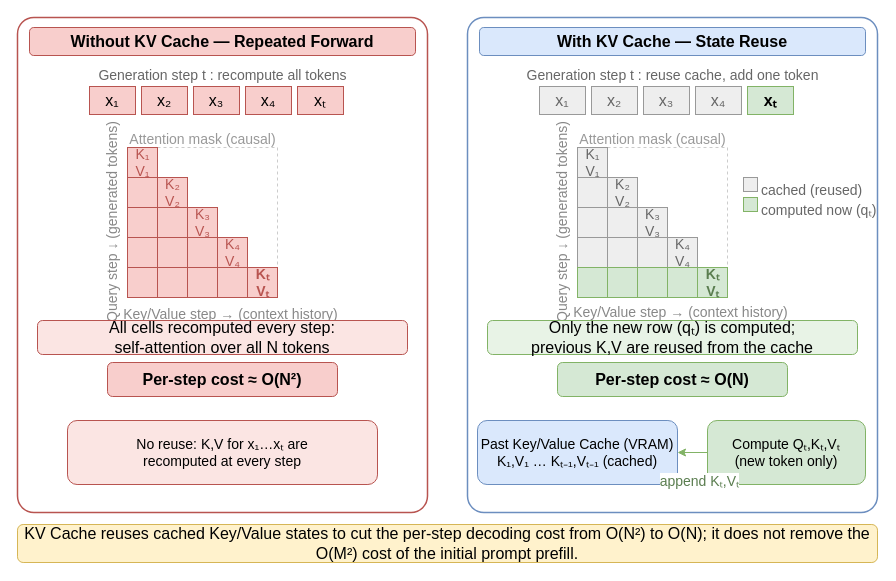
Above: paper/tougao_new/3次调整/attach/drawprompt/pic2.drawio in hua0424/streamllm (draw.io), before the change. Source tidied: cells renumbered, new cells numbered last; positions are measured from the earlier drawing's top-left corner, leaving out a move shared by most shapes. Both pictures are drawn from the tidied source at 100%, with x=0, y=0 at pixel (17, 17).
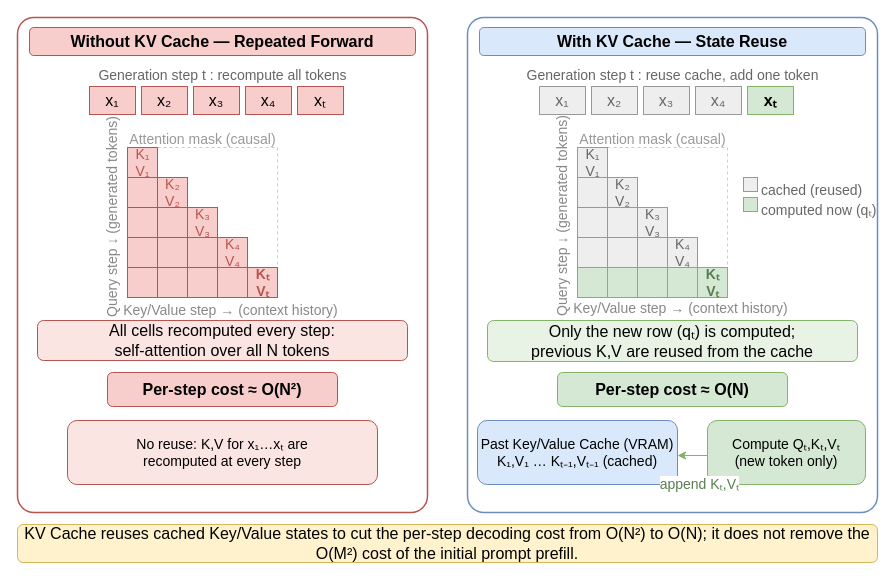
After the change.

Unchanged cells that the change refers to:
```xml
<mxCell id="65" value="&lt;font face=&quot;Helvetica&quot; style=&quot;font-size: 14px;&quot;&gt;Past Key/Value Cache (VRAM)&lt;br&gt;K₁,V₁ … Kₜ₋₁,Vₜ₋₁  (cached)&lt;/font&gt;" style="rounded=1;whiteSpace=wrap;html=1;fillColor=#dae8fc;strokeColor=#6c8ebf;fontSize=11;" parent="1" vertex="1">
  <mxGeometry x="460" y="403" width="200" height="64" as="geometry" />
</mxCell>
<mxCell id="66" value="&lt;font face=&quot;Helvetica&quot; style=&quot;font-size: 14px;&quot;&gt;Compute Qₜ,Kₜ,Vₜ&lt;br&gt;(new token only)&lt;/font&gt;" style="rounded=1;whiteSpace=wrap;html=1;fillColor=#d5e8d4;strokeColor=#82b366;fontSize=11;" parent="1" vertex="1">
  <mxGeometry x="690" y="403" width="158" height="64" as="geometry" />
</mxCell>
```

What changed in the source:
```diff
@@
     <mxCell id="20" value="&lt;font face=&quot;Helvetica&quot; style=&quot;font-size: 14px;&quot;&gt;Query step ↓ (generated tokens)&lt;/font&gt;" style="text;html=1;align=center;fontSize=11;fontColor=#888888;horizontal=0;" parent="1" vertex="1">
-      <mxGeometry x="80" y="135" width="22" height="140" as="geometry" />
+      <mxGeometry x="80" y="130" width="22" height="140" as="geometry" />
     </mxCell>
     <mxCell id="21" value="&lt;font face=&quot;Helvetica&quot; style=&quot;font-size: 14px;&quot;&gt;Key/Value step → (context history)&lt;/font&gt;" style="text;html=1;align=center;fontSize=11;fontColor=#888888;" parent="1" vertex="1">
-      <mxGeometry x="118" y="282" width="190" height="14" as="geometry" />
+      <mxGeometry x="118" y="278" width="190" height="14" as="geometry" />
     </mxCell>
     <mxCell id="22" value="&lt;font face=&quot;Helvetica&quot; style=&quot;font-size: 14px;&quot;&gt;Query step ↓ (generated tokens)&lt;/font&gt;" style="text;html=1;align=center;fontSize=11;fontColor=#888888;horizontal=0;" parent="1" vertex="1">
-      <mxGeometry x="530" y="135" width="22" height="140" as="geometry" />
+      <mxGeometry x="530" y="129" width="22" height="140" as="geometry" />
     </mxCell>
     <mxCell id="23" value="&lt;font face=&quot;Helvetica&quot; style=&quot;font-size: 14px;&quot;&gt;Key/Value step → (context history)&lt;/font&gt;" style="text;html=1;align=center;fontSize=11;fontColor=#888888;" parent="1" vertex="1">
-      <mxGeometry x="568" y="280" width="190" height="14" as="geometry" />
+      <mxGeometry x="568" y="276" width="190" height="14" as="geometry" />
     </mxCell>
@@
     <mxCell id="60" value="&lt;font face=&quot;Helvetica&quot; style=&quot;font-size: 16px;&quot;&gt;All cells recomputed every step:&lt;br&gt;self-attention over all N tokens&lt;/font&gt;" style="rounded=1;whiteSpace=wrap;html=1;fillColor=#fbe5e3;strokeColor=#b85450;fontSize=11;" parent="1" vertex="1">
-      <mxGeometry x="20" y="303" width="370" height="34" as="geometry" />
+      <mxGeometry x="20" y="303" width="370" height="40" as="geometry" />
     </mxCell>
     <mxCell id="61" value="&lt;font face=&quot;Helvetica&quot; style=&quot;font-size: 16px;&quot;&gt;Only the new row (qₜ) is computed;&lt;br&gt;previous K,V are reused from the cache&lt;/font&gt;" style="rounded=1;whiteSpace=wrap;html=1;fillColor=#e8f3e6;strokeColor=#82b366;fontSize=11;" parent="1" vertex="1">
-      <mxGeometry x="470" y="303" width="370" height="34" as="geometry" />
+      <mxGeometry x="470" y="303" width="370" height="41" as="geometry" />
     </mxCell>
     <mxCell id="62" value="&lt;font face=&quot;Helvetica&quot; style=&quot;font-size: 16px;&quot;&gt;Per-step cost ≈ O(N²)&lt;/font&gt;" style="rounded=1;whiteSpace=wrap;html=1;fillColor=#f8cecc;strokeColor=#b85450;fontStyle=1;fontSize=14;" parent="1" vertex="1">
-      <mxGeometry x="90" y="345" width="230" height="34" as="geometry" />
+      <mxGeometry x="90" y="355" width="230" height="34" as="geometry" />
     </mxCell>
     <mxCell id="63" value="&lt;font face=&quot;Helvetica&quot; style=&quot;font-size: 16px;&quot;&gt;Per-step cost ≈ O(N)&lt;/font&gt;" style="rounded=1;whiteSpace=wrap;html=1;fillColor=#d5e8d4;strokeColor=#82b366;fontStyle=1;fontSize=14;" parent="1" vertex="1">
-      <mxGeometry x="540" y="345" width="230" height="34" as="geometry" />
+      <mxGeometry x="540" y="355" width="230" height="34" as="geometry" />
     </mxCell>
@@
-    <mxCell id="67" value="&lt;font face=&quot;Helvetica&quot; style=&quot;font-size: 14px;&quot;&gt;append Kₜ,Vₜ&lt;/font&gt;" style="endArrow=classic;html=1;rounded=0;strokeColor=#82b366;fontSize=11;fontColor=#5a7d4f;" parent="1" edge="1" source="66" target="65">
-      <mxGeometry x="-0.47" y="29" relative="1" as="geometry" />
+    <mxCell id="67" value="&lt;font face=&quot;Helvetica&quot; style=&quot;font-size: 14px;&quot;&gt;append Kₜ,Vₜ&lt;/font&gt;" style="endArrow=classic;html=1;rounded=0;strokeColor=#82b366;fontSize=11;fontColor=#5a7d4f;" parent="1" edge="1">
+      <mxGeometry x="-0.47" y="29" relative="1" as="geometry">
+        <mxPoint x="690" y="438" as="sourcePoint" />
+        <mxPoint x="660" y="438" as="targetPoint" />
+      </mxGeometry>
     </mxCell>
```
